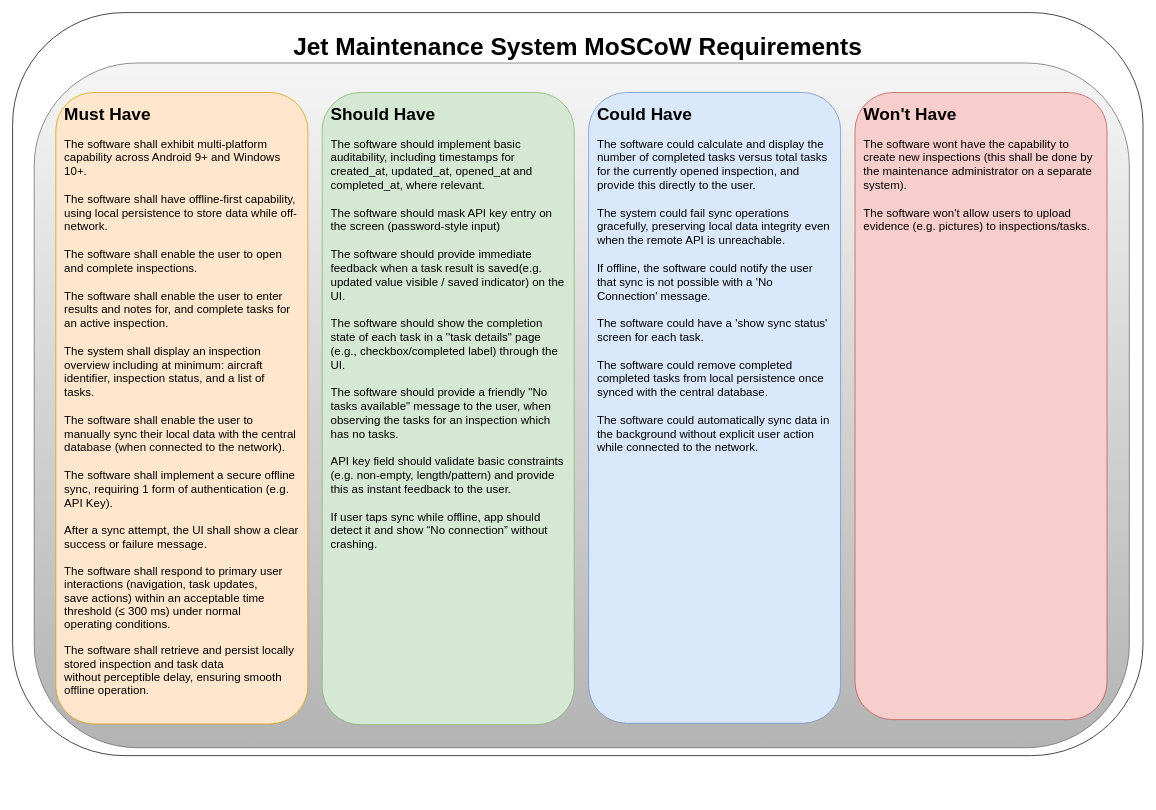
This is documentation/requirements/Jet Maintenance System Moscow Requirements.drawio from Alex-Cooke192/Cross_Platform_Programming_Assignment_2, a draw.io file, before an edit. Source tidied: cells renumbered, new cells numbered last; positions are measured from the earlier drawing's top-left corner, leaving out a move shared by most shapes. Both pictures are drawn from the tidied source at 72%, with x=0, y=0 at pixel (12, 12).
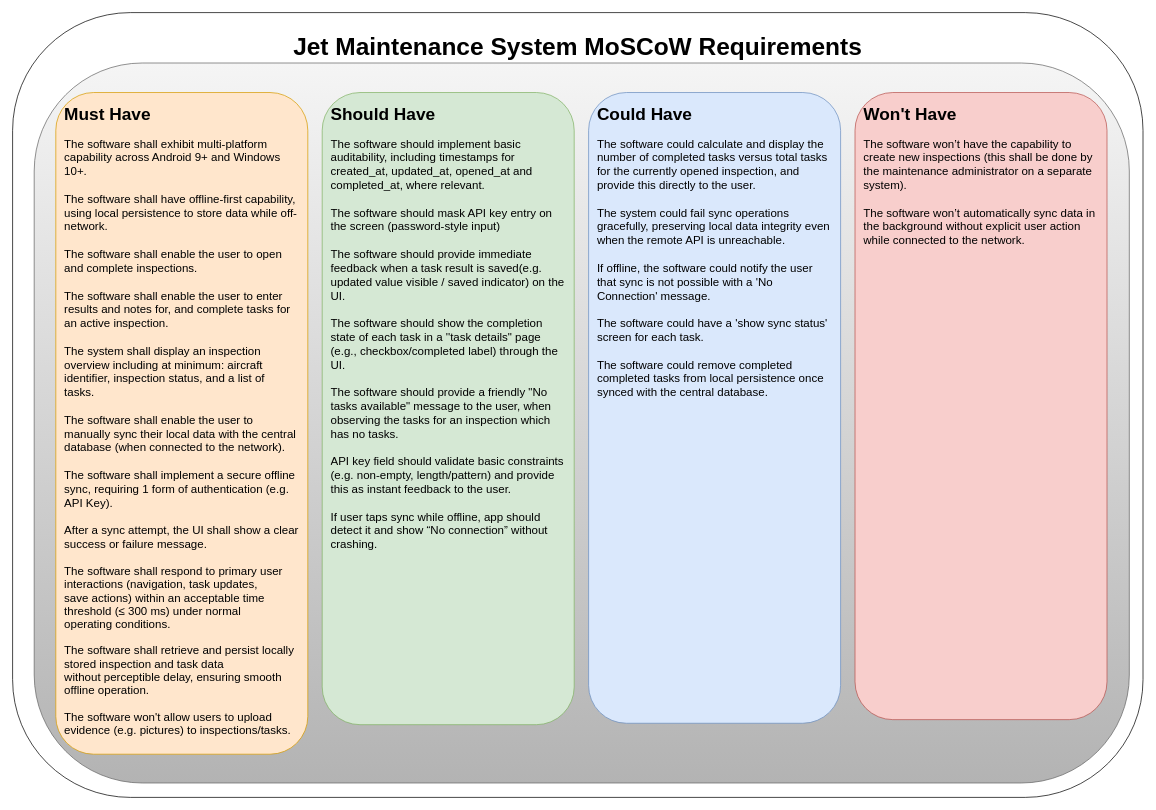
The same diagram, later.

What changed in the source:
```diff
@@
-    <mxCell id="2" style="rounded=1;whiteSpace=wrap;html=1;" parent="1" vertex="1">
-      <mxGeometry width="1570" height="1032" as="geometry" />
-    </mxCell>
-    <mxCell id="3" style="rounded=1;whiteSpace=wrap;html=1;fillColor=#f5f5f5;gradientColor=#b3b3b3;strokeColor=#666666;" parent="1" vertex="1">
-      <mxGeometry x="30" y="70" width="1521" height="951" as="geometry" />
-    </mxCell>
-    <mxCell id="4" style="rounded=1;whiteSpace=wrap;html=1;fillColor=#ffe6cc;strokeColor=#d79b00;" parent="1" vertex="1">
-      <mxGeometry x="60" y="111" width="350" height="877" as="geometry" />
-    </mxCell>
-    <mxCell id="5" value="&lt;h1 style=&quot;margin-top: 0px;&quot;&gt;Must Have&lt;/h1&gt;&lt;div&gt;&lt;font style=&quot;font-size: 16px;&quot;&gt;The software shall exhibit multi-platform capability across Android 9+ and Windows 10+.&amp;nbsp;&lt;/font&gt;&lt;/div&gt;&lt;div&gt;&lt;font style=&quot;font-size: 16px;&quot;&gt;&lt;br&gt;&lt;/font&gt;&lt;/div&gt;&lt;div&gt;&lt;font style=&quot;font-size: 16px;&quot;&gt;The software shall have offline-first capability, using local persistence to store data while off-network.&amp;nbsp;&lt;/font&gt;&lt;/div&gt;&lt;div&gt;&lt;font style=&quot;font-size: 16px;&quot;&gt;&lt;br&gt;&lt;/font&gt;&lt;/div&gt;&lt;div&gt;&lt;font style=&quot;font-size: 16px;&quot;&gt;&lt;div style=&quot;font-size: 12px;&quot;&gt;&lt;span style=&quot;font-size: 16px; background-color: transparent; color: light-dark(rgb(0, 0, 0), rgb(255, 255, 255));&quot;&gt;The software shall enable the user to open and complete inspections.&amp;nbsp;&lt;/span&gt;&lt;/div&gt;&lt;div style=&quot;font-size: 12px;&quot;&gt;&lt;span style=&quot;font-size: 16px; background-color: transparent; color: light-dark(rgb(0, 0, 0), rgb(255, 255, 255));&quot;&gt;&lt;br&gt;&lt;/span&gt;&lt;/div&gt;&lt;div style=&quot;font-size: 12px;&quot;&gt;&lt;span style=&quot;font-size: 16px; background-color: transparent; color: light-dark(rgb(0, 0, 0), rgb(255, 255, 255));&quot;&gt;The software shall enable the user to enter results and notes for, and complete tasks for an active inspection.&amp;nbsp;&lt;/span&gt;&lt;/div&gt;&lt;div style=&quot;font-size: 12px;&quot;&gt;&lt;span style=&quot;font-size: 16px; background-color: transparent; color: light-dark(rgb(0, 0, 0), rgb(255, 255, 255));&quot;&gt;&lt;br&gt;&lt;/span&gt;&lt;/div&gt;&lt;div style=&quot;font-size: 12px;&quot;&gt;&lt;span style=&quot;font-size: 16px; background-color: transparent; color: light-dark(rgb(0, 0, 0), rgb(255, 255, 255));&quot;&gt;The system shall display an inspection overview including at minimum: aircraft identifier, inspection status, and a list of tasks.&amp;nbsp;&lt;/span&gt;&lt;/div&gt;&lt;/font&gt;&lt;/div&gt;&lt;div&gt;&lt;font style=&quot;font-size: 16px;&quot;&gt;&lt;br&gt;&lt;/font&gt;&lt;/div&gt;&lt;div&gt;&lt;font style=&quot;font-size: 16px;&quot;&gt;The software shall enable the user to manually sync their local data with the central database (when connected to the network).&amp;nbsp;&lt;/font&gt;&lt;/div&gt;&lt;div&gt;&lt;font style=&quot;font-size: 16px;&quot;&gt;&lt;br&gt;&lt;/font&gt;&lt;/div&gt;&lt;div&gt;&lt;span style=&quot;font-size: 16px; background-color: transparent; color: light-dark(rgb(0, 0, 0), rgb(255, 255, 255));&quot;&gt;The software shall implement a secure offline sync, requiring 1 form of authentication (e.g. API Key).&amp;nbsp;&lt;/span&gt;&lt;/div&gt;&lt;div&gt;&lt;span style=&quot;font-size: 16px; background-color: transparent; color: light-dark(rgb(0, 0, 0), rgb(255, 255, 255));&quot;&gt;&lt;br&gt;&lt;/span&gt;&lt;/div&gt;&lt;div&gt;&lt;span style=&quot;font-size: 16px;&quot;&gt;After a sync attempt, the UI shall show a clear success or failure message.&amp;nbsp;&lt;/span&gt;&lt;/div&gt;&lt;div&gt;&lt;span style=&quot;font-size: 16px;&quot;&gt;&lt;br&gt;&lt;/span&gt;&lt;/div&gt;&lt;div&gt;&lt;span style=&quot;font-size:12.0pt;line-height:115%;&amp;lt;br/&amp;gt;font-family:&amp;quot;Aptos&amp;quot;,sans-serif;mso-ascii-theme-font:minor-latin;mso-fareast-font-family:&amp;lt;br/&amp;gt;Aptos;mso-fareast-theme-font:minor-latin;mso-hansi-theme-font:minor-latin;&amp;lt;br/&amp;gt;mso-bidi-font-family:&amp;quot;Times New Roman&amp;quot;;mso-bidi-theme-font:minor-bidi;&amp;lt;br/&amp;gt;mso-ansi-language:EN-GB;mso-fareast-language:EN-US;mso-bidi-language:AR-SA&quot;&gt;The software shall respond to primary user interactions (navigation, task updates,&lt;br&gt;save actions) within an acceptable time threshold (≤ 300 ms) under normal&lt;br&gt;operating conditions.&lt;/span&gt;&lt;/div&gt;&lt;div&gt;&lt;span style=&quot;font-size:12.0pt;line-height:115%;&amp;lt;br/&amp;gt;font-family:&amp;quot;Aptos&amp;quot;,sans-serif;mso-ascii-theme-font:minor-latin;mso-fareast-font-family:&amp;lt;br/&amp;gt;Aptos;mso-fareast-theme-font:minor-latin;mso-hansi-theme-font:minor-latin;&amp;lt;br/&amp;gt;mso-bidi-font-family:&amp;quot;Times New Roman&amp;quot;;mso-bidi-theme-font:minor-bidi;&amp;lt;br/&amp;gt;mso-ansi-language:EN-GB;mso-fareast-language:EN-US;mso-bidi-language:AR-SA&quot;&gt;&lt;br&gt;&lt;/span&gt;&lt;/div&gt;&lt;div&gt;&lt;span style=&quot;font-size:12.0pt;line-height:115%;&amp;lt;br/&amp;gt;font-family:&amp;quot;Aptos&amp;quot;,sans-serif;mso-ascii-theme-font:minor-latin;mso-fareast-font-family:&amp;lt;br/&amp;gt;Aptos;mso-fareast-theme-font:minor-latin;mso-hansi-theme-font:minor-latin;&amp;lt;br/&amp;gt;mso-bidi-font-family:&amp;quot;Times New Roman&amp;quot;;mso-bidi-theme-font:minor-bidi;&amp;lt;br/&amp;gt;mso-ansi-language:EN-GB;mso-fareast-language:EN-US;mso-bidi-language:AR-SA&quot;&gt;&lt;span style=&quot;font-size:12.0pt;line-height:115%;&amp;lt;br/&amp;gt;font-family:&amp;quot;Aptos&amp;quot;,sans-serif;mso-ascii-theme-font:minor-latin;mso-fareast-font-family:&amp;lt;br/&amp;gt;Aptos;mso-fareast-theme-font:minor-latin;mso-hansi-theme-font:minor-latin;&amp;lt;br/&amp;gt;mso-bidi-font-family:&amp;quot;Times New Roman&amp;quot;;mso-bidi-theme-font:minor-bidi;&amp;lt;br/&amp;gt;mso-ansi-language:EN-GB;mso-fareast-language:EN-US;mso-bidi-language:AR-SA&quot;&gt;The software shall retrieve and persist locally stored inspection and task data&lt;br&gt;without perceptible delay, ensuring smooth offline operation.&lt;/span&gt;&lt;/span&gt;&lt;/div&gt;&lt;div&gt;&lt;span style=&quot;font-size:12.0pt;line-height:115%;&amp;lt;br/&amp;gt;font-family:&amp;quot;Aptos&amp;quot;,sans-serif;mso-ascii-theme-font:minor-latin;mso-fareast-font-family:&amp;lt;br/&amp;gt;Aptos;mso-fareast-theme-font:minor-latin;mso-hansi-theme-font:minor-latin;&amp;lt;br/&amp;gt;mso-bidi-font-family:&amp;quot;Times New Roman&amp;quot;;mso-bidi-theme-font:minor-bidi;&amp;lt;br/&amp;gt;mso-ansi-language:EN-GB;mso-fareast-language:EN-US;mso-bidi-language:AR-SA&quot;&gt;&lt;br&gt;&lt;/span&gt;&lt;/div&gt;&lt;div&gt;&lt;font style=&quot;font-size: 11px;&quot;&gt;&lt;br&gt;&lt;/font&gt;&lt;/div&gt;" style="text;html=1;whiteSpace=wrap;overflow=hidden;rounded=0;" parent="1" vertex="1">
-      <mxGeometry x="70" y="121" width="330" height="920" as="geometry" />
-    </mxCell>
-    <mxCell id="6" style="rounded=1;whiteSpace=wrap;html=1;fillColor=#d5e8d4;strokeColor=#82b366;" parent="1" vertex="1">
-      <mxGeometry x="430" y="111" width="350" height="878" as="geometry" />
-    </mxCell>
+    <mxCell id="13" style="rounded=1;whiteSpace=wrap;html=1;" parent="1" vertex="1">
+      <mxGeometry width="1570" height="1090" as="geometry" />
+    </mxCell>
+    <mxCell id="14" style="rounded=1;whiteSpace=wrap;html=1;fillColor=#f5f5f5;gradientColor=#b3b3b3;strokeColor=#666666;" parent="1" vertex="1">
+      <mxGeometry x="30" y="70" width="1521" height="1000" as="geometry" />
+    </mxCell>
+    <mxCell id="15" style="rounded=1;whiteSpace=wrap;html=1;fillColor=#ffe6cc;strokeColor=#d79b00;" parent="1" vertex="1">
+      <mxGeometry x="60" y="111" width="350" height="919" as="geometry" />
+    </mxCell>
+    <mxCell id="16" value="&lt;h1 style=&quot;margin-top: 0px;&quot;&gt;Must Have&lt;/h1&gt;&lt;div&gt;&lt;font style=&quot;font-size: 16px;&quot;&gt;The software shall exhibit multi-platform capability across Android 9+ and Windows 10+.&amp;nbsp;&lt;/font&gt;&lt;/div&gt;&lt;div&gt;&lt;font style=&quot;font-size: 16px;&quot;&gt;&lt;br&gt;&lt;/font&gt;&lt;/div&gt;&lt;div&gt;&lt;font style=&quot;font-size: 16px;&quot;&gt;The software shall have offline-first capability, using local persistence to store data while off-network.&amp;nbsp;&lt;/font&gt;&lt;/div&gt;&lt;div&gt;&lt;font style=&quot;font-size: 16px;&quot;&gt;&lt;br&gt;&lt;/font&gt;&lt;/div&gt;&lt;div&gt;&lt;font style=&quot;font-size: 16px;&quot;&gt;&lt;div style=&quot;font-size: 12px;&quot;&gt;&lt;span style=&quot;font-size: 16px; background-color: transparent; color: light-dark(rgb(0, 0, 0), rgb(255, 255, 255));&quot;&gt;The software shall enable the user to open and complete inspections.&amp;nbsp;&lt;/span&gt;&lt;/div&gt;&lt;div style=&quot;font-size: 12px;&quot;&gt;&lt;span style=&quot;font-size: 16px; background-color: transparent; color: light-dark(rgb(0, 0, 0), rgb(255, 255, 255));&quot;&gt;&lt;br&gt;&lt;/span&gt;&lt;/div&gt;&lt;div style=&quot;font-size: 12px;&quot;&gt;&lt;span style=&quot;font-size: 16px; background-color: transparent; color: light-dark(rgb(0, 0, 0), rgb(255, 255, 255));&quot;&gt;The software shall enable the user to enter results and notes for, and complete tasks for an active inspection.&amp;nbsp;&lt;/span&gt;&lt;/div&gt;&lt;div style=&quot;font-size: 12px;&quot;&gt;&lt;span style=&quot;font-size: 16px; background-color: transparent; color: light-dark(rgb(0, 0, 0), rgb(255, 255, 255));&quot;&gt;&lt;br&gt;&lt;/span&gt;&lt;/div&gt;&lt;div style=&quot;font-size: 12px;&quot;&gt;&lt;span style=&quot;font-size: 16px; background-color: transparent; color: light-dark(rgb(0, 0, 0), rgb(255, 255, 255));&quot;&gt;The system shall display an inspection overview including at minimum: aircraft identifier, inspection status, and a list of tasks.&amp;nbsp;&lt;/span&gt;&lt;/div&gt;&lt;/font&gt;&lt;/div&gt;&lt;div&gt;&lt;font style=&quot;font-size: 16px;&quot;&gt;&lt;br&gt;&lt;/font&gt;&lt;/div&gt;&lt;div&gt;&lt;font style=&quot;font-size: 16px;&quot;&gt;The software shall enable the user to manually sync their local data with the central database (when connected to the network).&amp;nbsp;&lt;/font&gt;&lt;/div&gt;&lt;div&gt;&lt;font style=&quot;font-size: 16px;&quot;&gt;&lt;br&gt;&lt;/font&gt;&lt;/div&gt;&lt;div&gt;&lt;span style=&quot;font-size: 16px; background-color: transparent; color: light-dark(rgb(0, 0, 0), rgb(255, 255, 255));&quot;&gt;The software shall implement a secure offline sync, requiring 1 form of authentication (e.g. API Key).&amp;nbsp;&lt;/span&gt;&lt;/div&gt;&lt;div&gt;&lt;span style=&quot;font-size: 16px; background-color: transparent; color: light-dark(rgb(0, 0, 0), rgb(255, 255, 255));&quot;&gt;&lt;br&gt;&lt;/span&gt;&lt;/div&gt;&lt;div&gt;&lt;span style=&quot;font-size: 16px;&quot;&gt;After a sync attempt, the UI shall show a clear success or failure message.&amp;nbsp;&lt;/span&gt;&lt;/div&gt;&lt;div&gt;&lt;span style=&quot;font-size: 16px;&quot;&gt;&lt;br&gt;&lt;/span&gt;&lt;/div&gt;&lt;div&gt;&lt;span style=&quot;font-size:12.0pt;line-height:115%;&amp;lt;br/&amp;gt;font-family:&amp;quot;Aptos&amp;quot;,sans-serif;mso-ascii-theme-font:minor-latin;mso-fareast-font-family:&amp;lt;br/&amp;gt;Aptos;mso-fareast-theme-font:minor-latin;mso-hansi-theme-font:minor-latin;&amp;lt;br/&amp;gt;mso-bidi-font-family:&amp;quot;Times New Roman&amp;quot;;mso-bidi-theme-font:minor-bidi;&amp;lt;br/&amp;gt;mso-ansi-language:EN-GB;mso-fareast-language:EN-US;mso-bidi-language:AR-SA&quot;&gt;The software shall respond to primary user interactions (navigation, task updates,&lt;br&gt;save actions) within an acceptable time threshold (≤ 300 ms) under normal&lt;br&gt;operating conditions.&lt;/span&gt;&lt;/div&gt;&lt;div&gt;&lt;span style=&quot;font-size:12.0pt;line-height:115%;&amp;lt;br/&amp;gt;font-family:&amp;quot;Aptos&amp;quot;,sans-serif;mso-ascii-theme-font:minor-latin;mso-fareast-font-family:&amp;lt;br/&amp;gt;Aptos;mso-fareast-theme-font:minor-latin;mso-hansi-theme-font:minor-latin;&amp;lt;br/&amp;gt;mso-bidi-font-family:&amp;quot;Times New Roman&amp;quot;;mso-bidi-theme-font:minor-bidi;&amp;lt;br/&amp;gt;mso-ansi-language:EN-GB;mso-fareast-language:EN-US;mso-bidi-language:AR-SA&quot;&gt;&lt;br&gt;&lt;/span&gt;&lt;/div&gt;&lt;div&gt;&lt;span style=&quot;font-size:12.0pt;line-height:115%;&amp;lt;br/&amp;gt;font-family:&amp;quot;Aptos&amp;quot;,sans-serif;mso-ascii-theme-font:minor-latin;mso-fareast-font-family:&amp;lt;br/&amp;gt;Aptos;mso-fareast-theme-font:minor-latin;mso-hansi-theme-font:minor-latin;&amp;lt;br/&amp;gt;mso-bidi-font-family:&amp;quot;Times New Roman&amp;quot;;mso-bidi-theme-font:minor-bidi;&amp;lt;br/&amp;gt;mso-ansi-language:EN-GB;mso-fareast-language:EN-US;mso-bidi-language:AR-SA&quot;&gt;&lt;span style=&quot;font-size:12.0pt;line-height:115%;&amp;lt;br/&amp;gt;font-family:&amp;quot;Aptos&amp;quot;,sans-serif;mso-ascii-theme-font:minor-latin;mso-fareast-font-family:&amp;lt;br/&amp;gt;Aptos;mso-fareast-theme-font:minor-latin;mso-hansi-theme-font:minor-latin;&amp;lt;br/&amp;gt;mso-bidi-font-family:&amp;quot;Times New Roman&amp;quot;;mso-bidi-theme-font:minor-bidi;&amp;lt;br/&amp;gt;mso-ansi-language:EN-GB;mso-fareast-language:EN-US;mso-bidi-language:AR-SA&quot;&gt;The software shall retrieve and persist locally stored inspection and task data&lt;br&gt;without perceptible delay, ensuring smooth offline operation.&lt;/span&gt;&lt;/span&gt;&lt;/div&gt;&lt;div&gt;&lt;span style=&quot;font-size:12.0pt;line-height:115%;&amp;lt;br/&amp;gt;font-family:&amp;quot;Aptos&amp;quot;,sans-serif;mso-ascii-theme-font:minor-latin;mso-fareast-font-family:&amp;lt;br/&amp;gt;Aptos;mso-fareast-theme-font:minor-latin;mso-hansi-theme-font:minor-latin;&amp;lt;br/&amp;gt;mso-bidi-font-family:&amp;quot;Times New Roman&amp;quot;;mso-bidi-theme-font:minor-bidi;&amp;lt;br/&amp;gt;mso-ansi-language:EN-GB;mso-fareast-language:EN-US;mso-bidi-language:AR-SA&quot;&gt;&lt;span style=&quot;font-size:12.0pt;line-height:115%;&amp;lt;br/&amp;gt;font-family:&amp;quot;Aptos&amp;quot;,sans-serif;mso-ascii-theme-font:minor-latin;mso-fareast-font-family:&amp;lt;br/&amp;gt;Aptos;mso-fareast-theme-font:minor-latin;mso-hansi-theme-font:minor-latin;&amp;lt;br/&amp;gt;mso-bidi-font-family:&amp;quot;Times New Roman&amp;quot;;mso-bidi-theme-font:minor-bidi;&amp;lt;br/&amp;gt;mso-ansi-language:EN-GB;mso-fareast-language:EN-US;mso-bidi-language:AR-SA&quot;&gt;&lt;br&gt;&lt;/span&gt;&lt;/span&gt;&lt;/div&gt;&lt;div&gt;&lt;span style=&quot;font-size:12.0pt;line-height:115%;&amp;lt;br/&amp;gt;font-family:&amp;quot;Aptos&amp;quot;,sans-serif;mso-ascii-theme-font:minor-latin;mso-fareast-font-family:&amp;lt;br/&amp;gt;Aptos;mso-fareast-theme-font:minor-latin;mso-hansi-theme-font:minor-latin;&amp;lt;br/&amp;gt;mso-bidi-font-family:&amp;quot;Times New Roman&amp;quot;;mso-bidi-theme-font:minor-bidi;&amp;lt;br/&amp;gt;mso-ansi-language:EN-GB;mso-fareast-language:EN-US;mso-bidi-language:AR-SA&quot;&gt;&lt;span style=&quot;font-size:12.0pt;line-height:115%;&amp;lt;br/&amp;gt;font-family:&amp;quot;Aptos&amp;quot;,sans-serif;mso-ascii-theme-font:minor-latin;mso-fareast-font-family:&amp;lt;br/&amp;gt;Aptos;mso-fareast-theme-font:minor-latin;mso-hansi-theme-font:minor-latin;&amp;lt;br/&amp;gt;mso-bidi-font-family:&amp;quot;Times New Roman&amp;quot;;mso-bidi-theme-font:minor-bidi;&amp;lt;br/&amp;gt;mso-ansi-language:EN-GB;mso-fareast-language:EN-US;mso-bidi-language:AR-SA&quot;&gt;The software won't allow users to upload evidence (e.g. pictures) to inspections/tasks.&lt;/span&gt;&lt;/span&gt;&lt;/div&gt;&lt;div&gt;&lt;span style=&quot;font-size:12.0pt;line-height:115%;&amp;lt;br/&amp;gt;font-family:&amp;quot;Aptos&amp;quot;,sans-serif;mso-ascii-theme-font:minor-latin;mso-fareast-font-family:&amp;lt;br/&amp;gt;Aptos;mso-fareast-theme-font:minor-latin;mso-hansi-theme-font:minor-latin;&amp;lt;br/&amp;gt;mso-bidi-font-family:&amp;quot;Times New Roman&amp;quot;;mso-bidi-theme-font:minor-bidi;&amp;lt;br/&amp;gt;mso-ansi-language:EN-GB;mso-fareast-language:EN-US;mso-bidi-language:AR-SA&quot;&gt;&lt;br&gt;&lt;/span&gt;&lt;/div&gt;&lt;div&gt;&lt;font style=&quot;font-size: 11px;&quot;&gt;&lt;br&gt;&lt;/font&gt;&lt;/div&gt;" style="text;html=1;whiteSpace=wrap;overflow=hidden;rounded=0;" parent="1" vertex="1">
+      <mxGeometry x="70" y="121" width="330" height="920" as="geometry" />
+    </mxCell>
+    <mxCell id="17" style="rounded=1;whiteSpace=wrap;html=1;fillColor=#d5e8d4;strokeColor=#82b366;" parent="1" vertex="1">
+      <mxGeometry x="430" y="111" width="350" height="878" as="geometry" />
+    </mxCell>
@@
-    <mxCell id="8" style="rounded=1;whiteSpace=wrap;html=1;fillColor=#dae8fc;strokeColor=#6c8ebf;" parent="1" vertex="1">
-      <mxGeometry x="800" y="111" width="350" height="876" as="geometry" />
-    </mxCell>
-    <mxCell id="9" value="&lt;h1 style=&quot;margin-top: 0px;&quot;&gt;Could Have&lt;/h1&gt;&lt;div&gt;&lt;font style=&quot;font-size: 16px;&quot;&gt;The software could calculate and display the number of completed tasks versus total tasks for the currently opened inspection, and provide this directly to the user.&lt;/font&gt;&lt;/div&gt;&lt;div&gt;&lt;span style=&quot;font-size: 16px; background-color: transparent; color: light-dark(rgb(0, 0, 0), rgb(255, 255, 255));&quot;&gt;&lt;br&gt;&lt;/span&gt;&lt;/div&gt;&lt;div&gt;&lt;span style=&quot;font-size: 16px; background-color: transparent; color: light-dark(rgb(0, 0, 0), rgb(255, 255, 255));&quot;&gt;The system could fail sync operations gracefully, preserving local data integrity even when the remote API is unreachable.&lt;/span&gt;&lt;/div&gt;&lt;div&gt;&lt;span style=&quot;font-size: 16px; background-color: transparent; color: light-dark(rgb(0, 0, 0), rgb(255, 255, 255));&quot;&gt;&lt;br&gt;&lt;/span&gt;&lt;/div&gt;&lt;div&gt;&lt;span style=&quot;font-size: 16px;&quot;&gt;If offline, the software could notify the user that sync is not possible with a 'No Connection' message.&lt;/span&gt;&lt;/div&gt;&lt;div&gt;&lt;span style=&quot;font-size: 16px;&quot;&gt;&lt;br&gt;&lt;/span&gt;&lt;/div&gt;&lt;div&gt;&lt;span style=&quot;font-size: 16px;&quot;&gt;The software could have a 'show sync status' screen for each task.&amp;nbsp;&lt;/span&gt;&lt;/div&gt;&lt;div&gt;&lt;span style=&quot;font-size: 16px;&quot;&gt;&lt;br&gt;&lt;/span&gt;&lt;/div&gt;&lt;div&gt;&lt;span style=&quot;font-size: 16px;&quot;&gt;The software could remove completed completed tasks from local persistence once synced with the central database.&amp;nbsp;&amp;nbsp;&lt;/span&gt;&lt;/div&gt;&lt;div&gt;&lt;span style=&quot;font-size: 16px; background-color: transparent; color: light-dark(rgb(0, 0, 0), rgb(255, 255, 255));&quot;&gt;&lt;br&gt;&lt;/span&gt;&lt;/div&gt;&lt;div&gt;&lt;span style=&quot;font-size: 16px; background-color: transparent; color: light-dark(rgb(0, 0, 0), rgb(255, 255, 255));&quot;&gt;The software could automatically sync data in the background without explicit user action while connected to the network.&amp;nbsp;&lt;/span&gt;&lt;/div&gt;&lt;div&gt;&lt;br&gt;&lt;/div&gt;&lt;div&gt;&lt;font style=&quot;font-size: 11px;&quot;&gt;&lt;br&gt;&lt;/font&gt;&lt;/div&gt;" style="text;html=1;whiteSpace=wrap;overflow=hidden;rounded=0;" parent="1" vertex="1">
-      <mxGeometry x="810" y="121" width="330" height="630" as="geometry" />
-    </mxCell>
-    <mxCell id="10" style="rounded=1;whiteSpace=wrap;html=1;fillColor=#f8cecc;strokeColor=#b85450;" parent="1" vertex="1">
-      <mxGeometry x="1170" y="111" width="350" height="871" as="geometry" />
-    </mxCell>
-    <mxCell id="11" value="&lt;h1 style=&quot;margin-top: 0px;&quot;&gt;Won't Have&lt;/h1&gt;&lt;div&gt;&lt;font style=&quot;font-size: 16px;&quot;&gt;The software wont have the capability to create new inspections (this shall be done by the maintenance administrator on a separate system).&amp;nbsp;&lt;/font&gt;&lt;/div&gt;&lt;div&gt;&lt;font style=&quot;font-size: 16px;&quot;&gt;&lt;br&gt;&lt;/font&gt;&lt;/div&gt;&lt;div&gt;&lt;font style=&quot;font-size: 16px;&quot;&gt;The software won't allow users to upload evidence (e.g. pictures) to inspections/tasks.&lt;/font&gt;&lt;/div&gt;&lt;div&gt;&lt;br&gt;&lt;/div&gt;&lt;div&gt;&lt;span style=&quot;font-size: 16px; background-color: transparent; color: light-dark(rgb(0, 0, 0), rgb(255, 255, 255));&quot;&gt;&lt;br&gt;&lt;/span&gt;&lt;/div&gt;&lt;div&gt;&lt;br&gt;&lt;/div&gt;&lt;div&gt;&lt;font style=&quot;font-size: 11px;&quot;&gt;&lt;br&gt;&lt;/font&gt;&lt;/div&gt;" style="text;html=1;whiteSpace=wrap;overflow=hidden;rounded=0;" parent="1" vertex="1">
-      <mxGeometry x="1180" y="121" width="330" height="630" as="geometry" />
-    </mxCell>
+    <mxCell id="18" style="rounded=1;whiteSpace=wrap;html=1;fillColor=#dae8fc;strokeColor=#6c8ebf;" parent="1" vertex="1">
+      <mxGeometry x="800" y="111" width="350" height="876" as="geometry" />
+    </mxCell>
+    <mxCell id="19" value="&lt;h1 style=&quot;margin-top: 0px;&quot;&gt;Could Have&lt;/h1&gt;&lt;div&gt;&lt;font style=&quot;font-size: 16px;&quot;&gt;The software could calculate and display the number of completed tasks versus total tasks for the currently opened inspection, and provide this directly to the user.&lt;/font&gt;&lt;/div&gt;&lt;div&gt;&lt;span style=&quot;font-size: 16px; background-color: transparent; color: light-dark(rgb(0, 0, 0), rgb(255, 255, 255));&quot;&gt;&lt;br&gt;&lt;/span&gt;&lt;/div&gt;&lt;div&gt;&lt;span style=&quot;font-size: 16px; background-color: transparent; color: light-dark(rgb(0, 0, 0), rgb(255, 255, 255));&quot;&gt;The system could fail sync operations gracefully, preserving local data integrity even when the remote API is unreachable.&lt;/span&gt;&lt;/div&gt;&lt;div&gt;&lt;span style=&quot;font-size: 16px; background-color: transparent; color: light-dark(rgb(0, 0, 0), rgb(255, 255, 255));&quot;&gt;&lt;br&gt;&lt;/span&gt;&lt;/div&gt;&lt;div&gt;&lt;span style=&quot;font-size: 16px;&quot;&gt;If offline, the software could notify the user that sync is not possible with a 'No Connection' message.&lt;/span&gt;&lt;/div&gt;&lt;div&gt;&lt;span style=&quot;font-size: 16px;&quot;&gt;&lt;br&gt;&lt;/span&gt;&lt;/div&gt;&lt;div&gt;&lt;span style=&quot;font-size: 16px;&quot;&gt;The software could have a 'show sync status' screen for each task.&amp;nbsp;&lt;/span&gt;&lt;/div&gt;&lt;div&gt;&lt;span style=&quot;font-size: 16px;&quot;&gt;&lt;br&gt;&lt;/span&gt;&lt;/div&gt;&lt;div&gt;&lt;span style=&quot;font-size: 16px;&quot;&gt;The software could remove completed completed tasks from local persistence once synced with the central database.&amp;nbsp;&amp;nbsp;&lt;/span&gt;&lt;/div&gt;&lt;div&gt;&lt;br&gt;&lt;/div&gt;&lt;div&gt;&lt;font style=&quot;font-size: 11px;&quot;&gt;&lt;br&gt;&lt;/font&gt;&lt;/div&gt;" style="text;html=1;whiteSpace=wrap;overflow=hidden;rounded=0;" parent="1" vertex="1">
+      <mxGeometry x="810" y="121" width="330" height="630" as="geometry" />
+    </mxCell>
+    <mxCell id="20" style="rounded=1;whiteSpace=wrap;html=1;fillColor=#f8cecc;strokeColor=#b85450;" parent="1" vertex="1">
+      <mxGeometry x="1170" y="111" width="350" height="871" as="geometry" />
+    </mxCell>
+    <mxCell id="21" value="&lt;h1 style=&quot;margin-top: 0px;&quot;&gt;Won't Have&lt;/h1&gt;&lt;div&gt;&lt;font style=&quot;font-size: 16px;&quot;&gt;The software won’t have the capability to create new inspections (this shall be done by the maintenance administrator on a separate system).&amp;nbsp;&lt;/font&gt;&lt;/div&gt;&lt;div&gt;&lt;font style=&quot;font-size: 16px;&quot;&gt;&lt;br&gt;&lt;/font&gt;&lt;/div&gt;&lt;div&gt;&lt;font style=&quot;font-size: 16px;&quot;&gt;The software won’t automatically sync data in the background without explicit user action while connected to the network.&lt;/font&gt;&lt;/div&gt;&lt;div&gt;&lt;br&gt;&lt;/div&gt;&lt;div&gt;&lt;span style=&quot;font-size: 16px; background-color: transparent; color: light-dark(rgb(0, 0, 0), rgb(255, 255, 255));&quot;&gt;&lt;br&gt;&lt;/span&gt;&lt;/div&gt;&lt;div&gt;&lt;br&gt;&lt;/div&gt;&lt;div&gt;&lt;font style=&quot;font-size: 11px;&quot;&gt;&lt;br&gt;&lt;/font&gt;&lt;/div&gt;" style="text;html=1;whiteSpace=wrap;overflow=hidden;rounded=0;" parent="1" vertex="1">
+      <mxGeometry x="1180" y="121" width="330" height="630" as="geometry" />
+    </mxCell>
```
